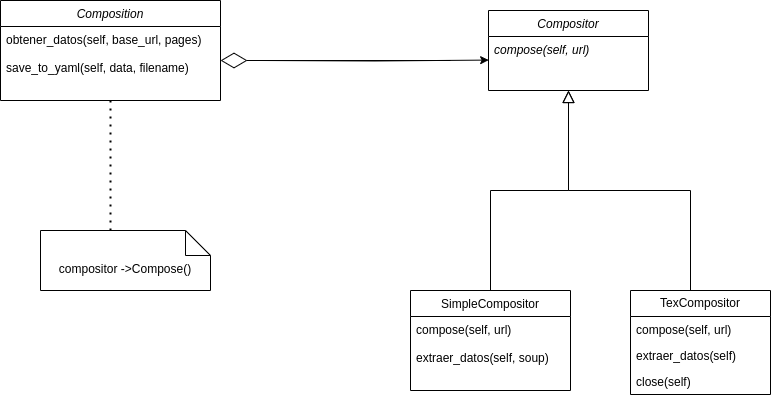
Before: Ejercicio3/Ejercicio3.png, a diagram exported from draw.io (YTTREW/DS_FAC). Source tidied: cells renumbered, new cells last; positions are measured from the earlier drawing's top-left corner, leaving out a move shared by most shapes.
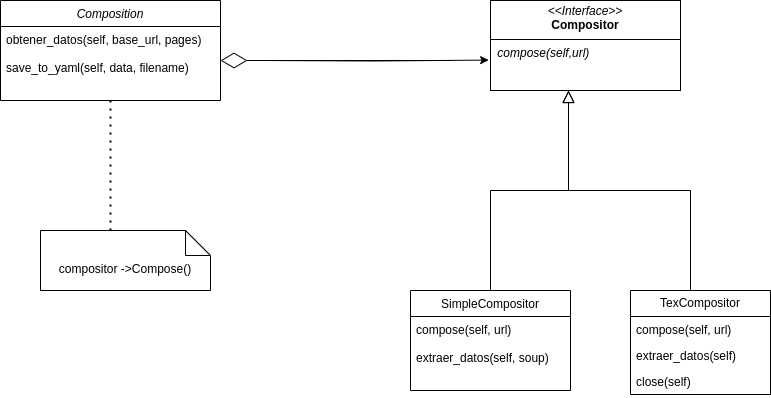
Later version of the same file.

Commit message:
uml arreglado con interface

Diff of the diagram source:
```diff
@@ -14,20 +14,17 @@
     <mxCell id="5" value="compose(self, url)&#10;&#10;extraer_datos(self, soup)" style="text;align=left;verticalAlign=top;spacingLeft=4;spacingRight=4;overflow=hidden;fontStyle=0;" parent="4" vertex="1">
       <mxGeometry y="26" width="160" height="66" as="geometry" />
     </mxCell>
-    <mxCell id="6" style="endArrow=block;endSize=10;endFill=0;shadow=0;strokeWidth=1;rounded=0;curved=0;edgeStyle=elbowEdgeStyle;elbow=vertical;entryX=0.5;entryY=1;entryDx=0;entryDy=0;" parent="1" edge="1" source="4" target="8">
-      <mxGeometry relative="1" as="geometry" />
+    <mxCell id="6" style="endArrow=block;endSize=10;endFill=0;shadow=0;strokeWidth=1;rounded=0;curved=0;edgeStyle=elbowEdgeStyle;elbow=vertical;entryX=0.5;entryY=1;entryDx=0;entryDy=0;" parent="1" edge="1" source="4">
+      <mxGeometry relative="1" as="geometry">
+        <mxPoint x="568" y="90" as="targetPoint" />
+      </mxGeometry>
     </mxCell>
-    <mxCell id="7" style="endArrow=block;endSize=10;endFill=0;shadow=0;strokeWidth=1;rounded=0;curved=0;edgeStyle=elbowEdgeStyle;elbow=vertical;entryX=0.5;entryY=1;entryDx=0;entryDy=0;" parent="1" edge="1" target="8">
+    <mxCell id="7" style="endArrow=block;endSize=10;endFill=0;shadow=0;strokeWidth=1;rounded=0;curved=0;edgeStyle=elbowEdgeStyle;elbow=vertical;entryX=0.5;entryY=1;entryDx=0;entryDy=0;" parent="1" edge="1">
       <mxGeometry relative="1" as="geometry">
         <mxPoint x="690" y="290" as="sourcePoint" />
+        <mxPoint x="568" y="90" as="targetPoint" />
       </mxGeometry>
     </mxCell>
-    <mxCell id="8" value="Compositor" style="swimlane;fontStyle=2;align=center;verticalAlign=top;horizontal=1;startSize=26;rounded=0;shadow=0;strokeWidth=1;" parent="1" vertex="1">
-      <mxGeometry x="488" y="10" width="160" height="80" as="geometry" />
-    </mxCell>
-    <mxCell id="9" value="compose(self, url)" style="text;align=left;verticalAlign=top;spacingLeft=4;spacingRight=4;overflow=hidden;points=[[0,0.5],[1,0.5]];portConstraint=eastwest;fontStyle=2;" parent="8" vertex="1">
-      <mxGeometry y="26" width="160" height="26" as="geometry" />
-    </mxCell>
     <mxCell id="10" value="TexCompositor" style="swimlane;fontStyle=0;horizontal=1;startSize=26;fillColor=none;whiteSpace=wrap;html=1;" parent="1" vertex="1">
       <mxGeometry x="630" y="290" width="140" height="104" as="geometry" />
     </mxCell>
@@ -40,9 +37,10 @@
     <mxCell id="13" value="close(self)" style="text;strokeColor=none;fillColor=none;align=left;verticalAlign=top;spacingLeft=4;spacingRight=4;overflow=hidden;whiteSpace=wrap;html=1;" parent="10" vertex="1">
       <mxGeometry y="78" width="140" height="26" as="geometry" />
     </mxCell>
-    <mxCell id="14" style="edgeStyle=orthogonalEdgeStyle;rounded=0;jettySize=auto;html=1;entryX=0.001;entryY=0.907;entryDx=0;entryDy=0;entryPerimeter=0;" parent="1" edge="1" target="9">
+    <mxCell id="14" style="edgeStyle=orthogonalEdgeStyle;rounded=0;orthogonalLoop=1;jettySize=auto;html=1;entryX=0.001;entryY=0.907;entryDx=0;entryDy=0;entryPerimeter=0;" parent="1" edge="1">
       <mxGeometry relative="1" as="geometry">
         <mxPoint x="260" y="60" as="sourcePoint" />
+        <mxPoint x="488.2" y="59.6" as="targetPoint" />
       </mxGeometry>
     </mxCell>
     <mxCell id="15" style="endArrow=diamondThin;endFill=0;endSize=24;html=1;rounded=0;entryX=1;entryY=0.5;entryDx=0;entryDy=0;" parent="1" edge="1">
@@ -59,5 +57,8 @@
     <mxCell id="17" value="compositor -&amp;gt;Compose()" style="shape=note2;boundedLbl=1;whiteSpace=wrap;html=1;size=25;verticalAlign=top;align=center;" parent="1" vertex="1">
       <mxGeometry x="40" y="230" width="170" height="60" as="geometry" />
     </mxCell>
+    <mxCell id="18" value="&lt;p style=&quot;margin:0px;margin-top:4px;text-align:center;&quot;&gt;&lt;i&gt;&amp;lt;&amp;lt;Interface&amp;gt;&amp;gt;&lt;/i&gt;&lt;br&gt;&lt;b&gt;Compositor&lt;/b&gt;&lt;/p&gt;&lt;hr size=&quot;1&quot; style=&quot;border-style:solid;&quot;&gt;&lt;p style=&quot;margin:0px;margin-left:4px;&quot;&gt;&lt;span style=&quot;background-color: transparent; color: light-dark(rgb(0, 0, 0), rgb(255, 255, 255));&quot;&gt;&lt;i&gt;&amp;nbsp;compose(self,url)&lt;/i&gt;&lt;/span&gt;&lt;/p&gt;" style="verticalAlign=top;align=left;overflow=fill;html=1;whiteSpace=wrap;" parent="1" vertex="1">
+      <mxGeometry x="490" width="190" height="90" as="geometry" />
+    </mxCell>
   </root>
 </mxGraphModel>
```
